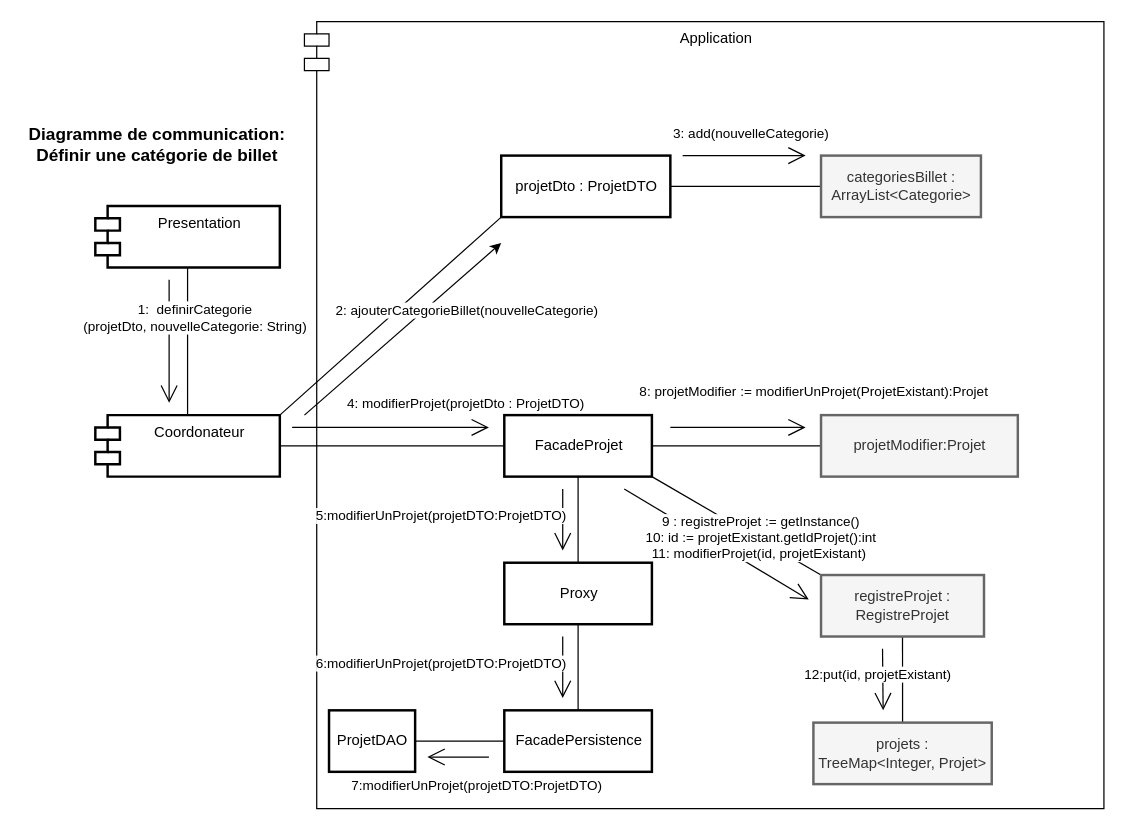
The draw.io diagram Diagrammes de conception/Diagrammes de communication/Definir_Categorie_UC.drawio in ChristWasTaken/Projet-Conception-et-Archictecture, before the edit. Source tidied: cells renumbered, new cells numbered last; positions are measured from the earlier drawing's top-left corner, leaving out a move shared by most shapes. Both pictures are drawn from the tidied source at 123%, with x=0, y=0 at pixel (21, 21).
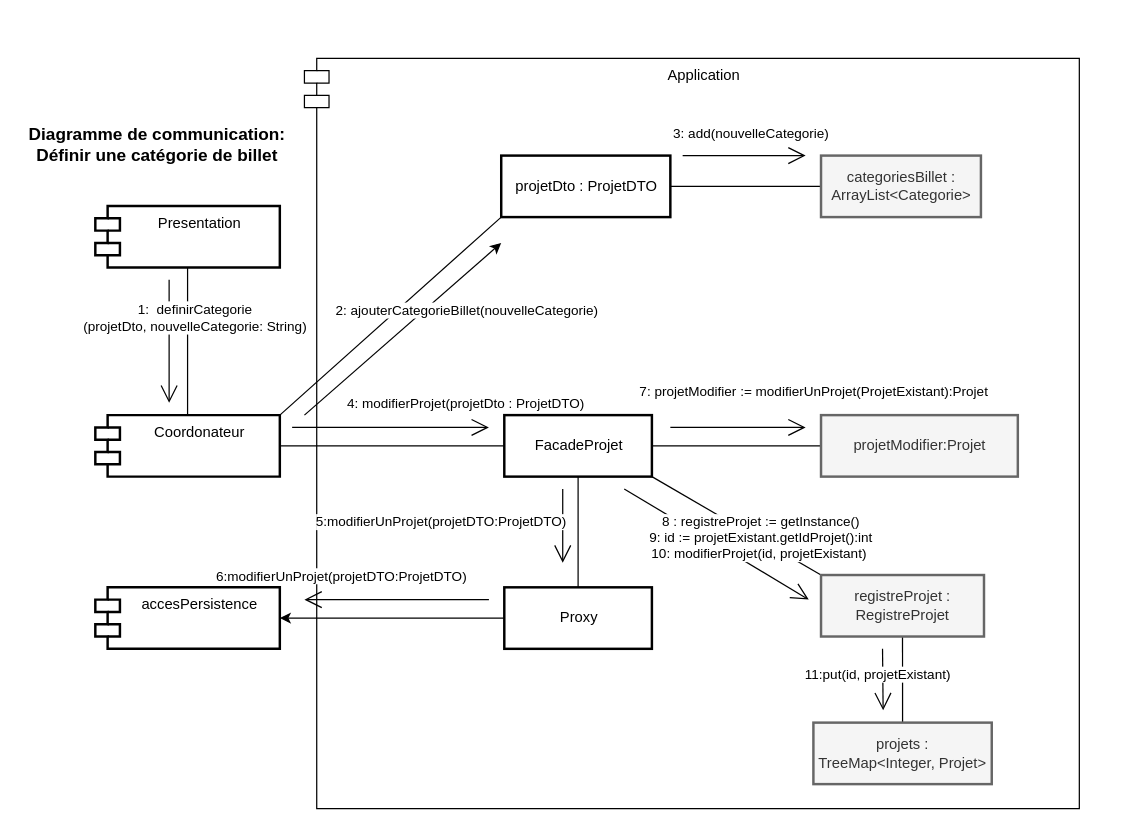
The same diagram, later.

Unchanged cells that the change refers to:
```xml
<mxCell id="10" style="endArrow=open;endFill=1;endSize=12;html=1;rounded=0;" parent="1" edge="1">
  <mxGeometry relative="1" as="geometry">
    <mxPoint x="527.5" y="330" as="sourcePoint" />
    <mxPoint x="637.5" y="330" as="targetPoint" />
  </mxGeometry>
</mxCell>
<mxCell id="17" style="endArrow=open;endFill=1;endSize=12;html=1;rounded=0;exitX=0;exitY=1;exitDx=0;exitDy=0;" parent="1" edge="1">
  <mxGeometry relative="1" as="geometry">
    <mxPoint x="490" y="380" as="sourcePoint" />
    <mxPoint x="640" y="470" as="targetPoint" />
  </mxGeometry>
</mxCell>
<mxCell id="32" style="endArrow=open;endFill=1;endSize=12;html=1;rounded=0;" parent="1" edge="1">
  <mxGeometry relative="1" as="geometry">
    <mxPoint x="700" y="510" as="sourcePoint" />
    <mxPoint x="700.5" y="560" as="targetPoint" />
  </mxGeometry>
</mxCell>
```

Change to the diagram source:
```diff
@@
     <mxCell id="3" value="Application" style="shape=module;align=left;spacingLeft=20;align=center;verticalAlign=top;" parent="1" vertex="1">
-      <mxGeometry x="230" width="650" height="640" as="geometry" />
+      <mxGeometry x="230" y="30" width="630" height="610" as="geometry" />
     </mxCell>
@@
-    <mxCell id="11" value="8: projetModifier := modifierUnProjet(ProjetExistant):Projet" style="edgeLabel;html=1;align=center;verticalAlign=middle;" parent="10" vertex="1">
+    <mxCell id="11" value="7: projetModifier := modifierUnProjet(ProjetExistant):Projet" style="edgeLabel;html=1;align=center;verticalAlign=middle;" parent="10" vertex="1">
       <mxGeometry x="0.18" relative="1" as="geometry">
         <mxPoint x="51" y="-30" as="offset" />
       </mxGeometry>
     </mxCell>
@@
-    <mxCell id="18" value="9 : registreProjet := getInstance()&lt;br&gt;10: id := projetExistant.getIdProjet():int&lt;br&gt;11: modifierProjet(id, projetExistant)&amp;nbsp;" style="edgeLabel;html=1;align=center;verticalAlign=middle;" parent="17" vertex="1">
+    <mxCell id="18" value="8 : registreProjet := getInstance()&lt;br&gt;9: id := projetExistant.getIdProjet():int&lt;br&gt;10: modifierProjet(id, projetExistant)&amp;nbsp;" style="edgeLabel;html=1;align=center;verticalAlign=middle;" parent="17" vertex="1">
       <mxGeometry x="0.18" relative="1" as="geometry">
         <mxPoint x="22" y="-13" as="offset" />
       </mxGeometry>
     </mxCell>
@@
-    <mxCell id="33" value="12:put(id, projetExistant)" style="edgeLabel;html=1;align=center;verticalAlign=middle;" parent="32" vertex="1">
+    <mxCell id="33" value="11:put(id, projetExistant)" style="edgeLabel;html=1;align=center;verticalAlign=middle;" parent="32" vertex="1">
       <mxGeometry x="0.18" relative="1" as="geometry">
         <mxPoint x="-5" y="-9" as="offset" />
       </mxGeometry>
     </mxCell>
-    <mxCell id="34" style="edgeStyle=none;rounded=0;jettySize=auto;html=1;entryX=0.5;entryY=0;entryDx=0;entryDy=0;fontSize=21;endArrow=none;endFill=0;strokeWidth=1;" parent="1" edge="1" source="35" target="39">
-      <mxGeometry relative="1" as="geometry" />
-    </mxCell>
+    <mxCell id="45" style="edgeStyle=orthogonalEdgeStyle;rounded=0;jettySize=auto;html=1;entryX=1;entryY=0.5;entryDx=0;entryDy=0;" parent="1" edge="1" source="35" target="46">
+      <mxGeometry relative="1" as="geometry" />
+    </mxCell>
     <mxCell id="35" value="Proxy" style="html=1;strokeWidth=2;" parent="1" vertex="1">
-      <mxGeometry x="392.5" y="440" width="120" height="50" as="geometry" />
+      <mxGeometry x="392.5" y="460" width="120" height="50" as="geometry" />
     </mxCell>
     <mxCell id="36" style="endArrow=open;endFill=1;endSize=12;html=1;rounded=0;" parent="1" edge="1">
       <mxGeometry relative="1" as="geometry">
         <mxPoint x="440" y="380" as="sourcePoint" />
-        <mxPoint x="440" y="430" as="targetPoint" />
+        <mxPoint x="440" y="440" as="targetPoint" />
       </mxGeometry>
     </mxCell>
@@
-    <mxCell id="38" style="edgeStyle=none;rounded=0;jettySize=auto;html=1;entryX=1;entryY=0.5;entryDx=0;entryDy=0;fontSize=21;endArrow=none;endFill=0;strokeWidth=1;" parent="1" edge="1" source="39" target="42">
-      <mxGeometry relative="1" as="geometry" />
-    </mxCell>
-    <mxCell id="39" value="FacadePersistence" style="html=1;strokeWidth=2;" parent="1" vertex="1">
-      <mxGeometry x="392.5" y="560" width="120" height="50" as="geometry" />
-    </mxCell>
     <mxCell id="40" style="endArrow=open;endFill=1;endSize=12;html=1;rounded=0;" parent="1" edge="1">
       <mxGeometry relative="1" as="geometry">
-        <mxPoint x="440" y="500" as="sourcePoint" />
-        <mxPoint x="440" y="550" as="targetPoint" />
+        <mxPoint x="380" y="470" as="sourcePoint" />
+        <mxPoint x="230" y="470" as="targetPoint" />
       </mxGeometry>
     </mxCell>
     <mxCell id="41" value="6:modifierUnProjet(projetDTO:ProjetDTO)" style="edgeLabel;html=1;align=center;verticalAlign=middle;" parent="40" vertex="1">
       <mxGeometry x="0.18" relative="1" as="geometry">
-        <mxPoint x="-100" y="-9" as="offset" />
+        <mxPoint x="-32" y="-20" as="offset" />
       </mxGeometry>
     </mxCell>
-    <mxCell id="42" value="ProjetDAO" style="html=1;strokeWidth=2;" parent="1" vertex="1">
-      <mxGeometry x="250" y="560" width="70" height="50" as="geometry" />
-    </mxCell>
-    <mxCell id="43" style="endArrow=open;endFill=1;endSize=12;html=1;rounded=0;" parent="1" edge="1">
-      <mxGeometry relative="1" as="geometry">
-        <mxPoint x="380" y="598" as="sourcePoint" />
-        <mxPoint x="330" y="598" as="targetPoint" />
-      </mxGeometry>
-    </mxCell>
-    <mxCell id="44" value="7:modifierUnProjet(projetDTO:ProjetDTO)" style="edgeLabel;html=1;align=center;verticalAlign=middle;" parent="43" vertex="1">
-      <mxGeometry x="0.18" relative="1" as="geometry">
-        <mxPoint x="19" y="22" as="offset" />
-      </mxGeometry>
-    </mxCell>
+    <mxCell id="46" value="accesPersistence" style="shape=module;align=left;spacingLeft=20;align=center;verticalAlign=top;strokeWidth=2;" parent="1" vertex="1">
+      <mxGeometry x="60" y="460" width="150" height="50" as="geometry" />
+    </mxCell>
```
